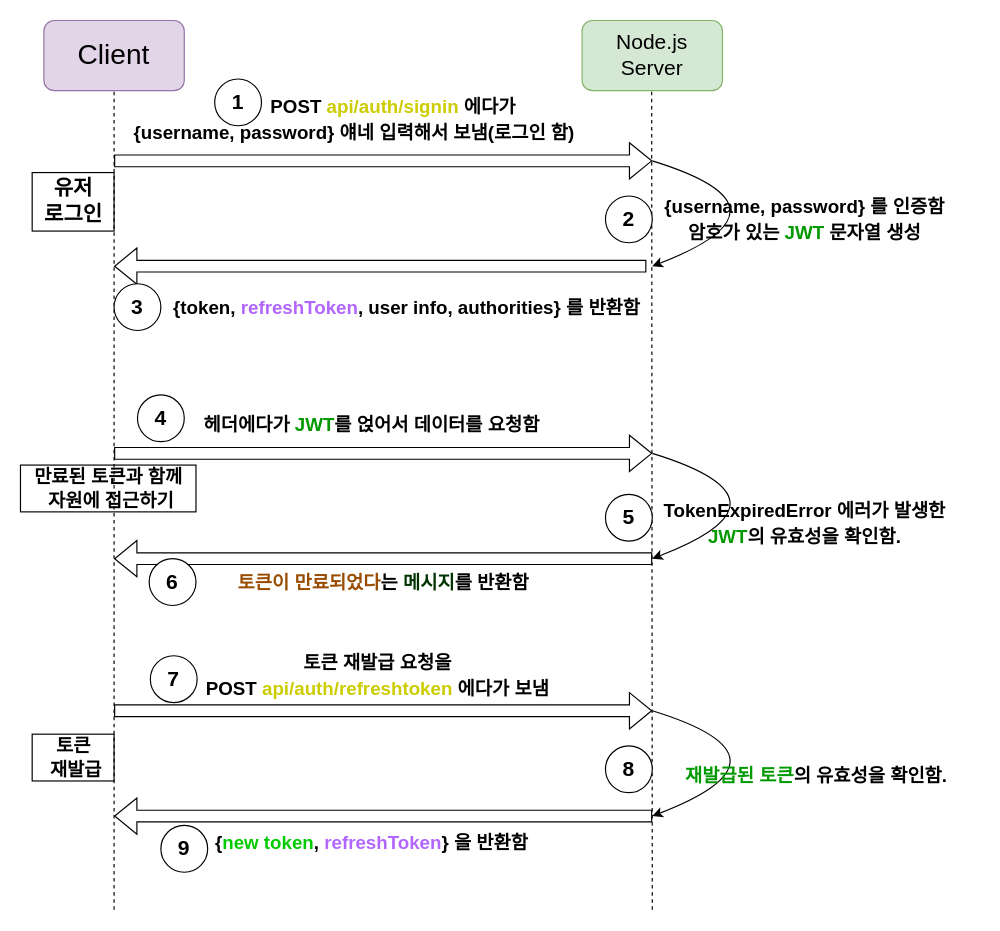
Above: Refresh Token JWT Diagram.drawio in intrager/diagram-repository (draw.io), before the change. Source tidied: cells renumbered, new cells numbered last; positions are measured from the earlier drawing's top-left corner, leaving out a move shared by most shapes. Both pictures are drawn from the tidied source at 117%, with x=0, y=0 at pixel (20, 20).
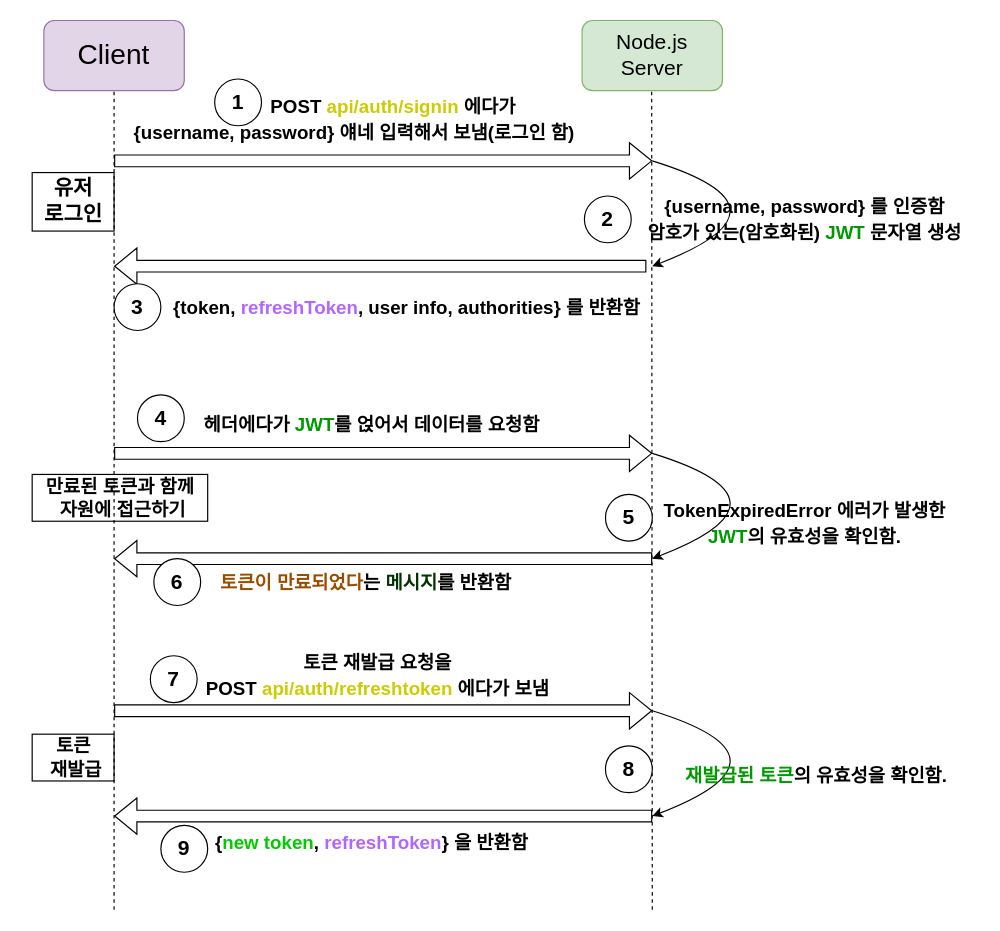
The same diagram, later.

Diff of the diagram source:
```diff
@@
-    <mxCell id="11" value="&lt;span style=&quot;font-size: 16px&quot;&gt;{username, password} 를 인증함&lt;/span&gt;&lt;br style=&quot;font-size: 16px&quot;&gt;&lt;span style=&quot;font-size: 16px&quot;&gt;암호가 있는 &lt;font color=&quot;#009900&quot;&gt;JWT&lt;/font&gt; 문자열 생성&lt;/span&gt;" style="text;html=1;align=center;verticalAlign=middle;strokeColor=none;fillColor=none;fontSize=18;fontStyle=1;" parent="1" vertex="1">
-      <mxGeometry x="540" y="145" width="260" height="50" as="geometry" />
+    <mxCell id="11" value="&lt;span style=&quot;font-size: 16px&quot;&gt;{username, password} 를 인증함&lt;/span&gt;&lt;br style=&quot;font-size: 16px&quot;&gt;&lt;span style=&quot;font-size: 16px&quot;&gt;암호가 있는(암호화된)&amp;nbsp;&lt;font color=&quot;#009900&quot;&gt;JWT&lt;/font&gt; 문자열 생성&lt;/span&gt;" style="text;html=1;align=center;verticalAlign=middle;strokeColor=none;fillColor=none;fontSize=18;fontStyle=1;" parent="1" vertex="1">
+      <mxGeometry x="520" y="145" width="300" height="50" as="geometry" />
     </mxCell>
     <mxCell id="12" value="2" style="ellipse;whiteSpace=wrap;html=1;fontSize=18;fontStyle=1;" parent="1" vertex="1">
-      <mxGeometry x="500" y="150" width="40" height="40" as="geometry" />
+      <mxGeometry x="482" y="150" width="40" height="40" as="geometry" />
     </mxCell>
@@
     <mxCell id="16" value="&lt;font color=&quot;#000000&quot;&gt;만료된 토큰과 함께&lt;br&gt;&amp;nbsp;자원에 접근하기&lt;/font&gt;" style="text;html=1;align=center;verticalAlign=middle;strokeColor=default;fillColor=none;fontSize=16;fontColor=#B266FF;fontStyle=1;" parent="1" vertex="1">
-      <mxGeometry y="380" width="150" height="40" as="geometry" />
+      <mxGeometry x="10" y="388" width="150" height="40" as="geometry" />
     </mxCell>
@@
     <mxCell id="24" value="6" style="ellipse;whiteSpace=wrap;html=1;fontSize=18;fontStyle=1;" parent="1" vertex="1">
-      <mxGeometry x="110" y="460" width="40" height="40" as="geometry" />
+      <mxGeometry x="114" y="460" width="40" height="40" as="geometry" />
     </mxCell>
     <mxCell id="25" value="&lt;span style=&quot;font-size: 16px&quot;&gt;&lt;font color=&quot;#994c00&quot;&gt;토큰이 만료되었다&lt;/font&gt;는 &lt;font color=&quot;#003300&quot;&gt;메시지&lt;/font&gt;를 반환함&lt;/span&gt;" style="text;html=1;align=center;verticalAlign=middle;strokeColor=none;fillColor=none;fontSize=18;fontStyle=1;" parent="1" vertex="1">
-      <mxGeometry x="170" y="465" width="280" height="30" as="geometry" />
+      <mxGeometry x="155" y="465" width="280" height="30" as="geometry" />
     </mxCell>
```
